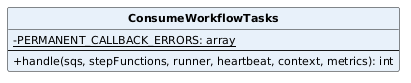
aLittleByte-19/Documentazione keeps this PlantUML diagram as PB/Specifica Tecnica/ImmaginiSpecificaTecnica/ClassiSingoleCondivise/ConsumeWorkflowTasks.png. Above is the earlier version.
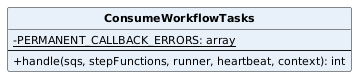
Later version of the same file.

What changed in the source:
```diff
@@ -8,6 +8,6 @@
 class ConsumeWorkflowTasks #E8F1FA {
   -{static} PERMANENT_CALLBACK_ERRORS: array
   --
-  +handle(sqs, stepFunctions, runner, heartbeat, context, metrics): int
+  +handle(sqs, stepFunctions, runner, heartbeat, context): int
 }
 @enduml
```
